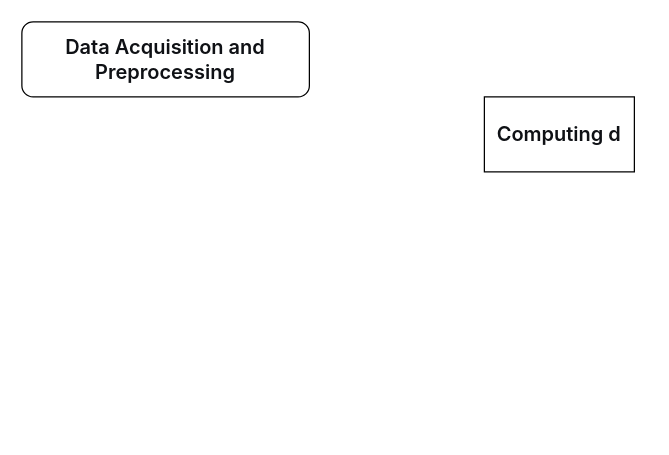
Before: 激励.drawio in funkallll/deeplearning, a draw.io diagram. Source tidied: cells renumbered, new cells numbered last; positions are measured from the earlier drawing's top-left corner, leaving out a move shared by most shapes. Both pictures are drawn from the tidied source at 125%, with x=0, y=0 at pixel (21, 21).
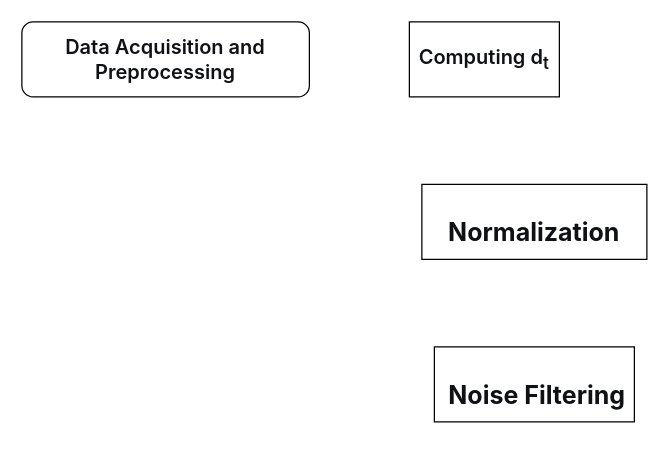
The same page after the edit.

What changed in the source:
```diff
@@
 <mxGraphModel>
   <root>
     <mxCell id="0" />
     <mxCell id="1" parent="0" />
     <mxCell id="2" value="&lt;span style=&quot;font-weight: 600; color: rgb(15, 17, 21); font-family: quote-cjk-patch, Inter, system-ui, -apple-system, BlinkMacSystemFont, &amp;quot;Segoe UI&amp;quot;, Roboto, Oxygen, Ubuntu, Cantarell, &amp;quot;Open Sans&amp;quot;, &amp;quot;Helvetica Neue&amp;quot;, sans-serif; font-size: 16px; text-align: start; background-color: rgb(255, 255, 255);&quot;&gt;Data Acquisition and Preprocessing&lt;/span&gt;" style="rounded=1;whiteSpace=wrap;html=1;" parent="1" vertex="1">
       <mxGeometry width="230" height="60" as="geometry" />
     </mxCell>
-    <mxCell id="3" value="&lt;span style=&quot;font-weight: 600; color: rgb(15, 17, 21); font-family: quote-cjk-patch, Inter, system-ui, -apple-system, BlinkMacSystemFont, &amp;quot;Segoe UI&amp;quot;, Roboto, Oxygen, Ubuntu, Cantarell, &amp;quot;Open Sans&amp;quot;, &amp;quot;Helvetica Neue&amp;quot;, sans-serif; font-size: 16px; text-align: start; background-color: rgb(255, 255, 255);&quot;&gt;Computing d&lt;/span&gt;" style="rounded=0;whiteSpace=wrap;html=1;" parent="1" vertex="1">
-      <mxGeometry x="370" y="60" width="120" height="60" as="geometry" />
+    <mxCell id="3" value="&lt;span style=&quot;font-weight: 600; color: rgb(15, 17, 21); font-family: quote-cjk-patch, Inter, system-ui, -apple-system, BlinkMacSystemFont, &amp;quot;Segoe UI&amp;quot;, Roboto, Oxygen, Ubuntu, Cantarell, &amp;quot;Open Sans&amp;quot;, &amp;quot;Helvetica Neue&amp;quot;, sans-serif; font-size: 16px; text-align: start; background-color: rgb(255, 255, 255);&quot;&gt;Computing d&lt;sub&gt;t&lt;/sub&gt;&lt;/span&gt;" style="rounded=0;whiteSpace=wrap;html=1;" parent="1" vertex="1">
+      <mxGeometry x="310" width="120" height="60" as="geometry" />
     </mxCell>
+    <mxCell id="4" value="&lt;h3 style=&quot;font-variant-numeric: normal; font-variant-east-asian: normal; font-variant-alternates: normal; font-size-adjust: none; font-kerning: auto; font-optical-sizing: auto; font-feature-settings: normal; font-variation-settings: normal; font-variant-position: normal; font-variant-emoji: normal; font-stretch: normal; font-size: 20px; line-height: 30px; font-family: quote-cjk-patch, Inter, system-ui, -apple-system, BlinkMacSystemFont, &amp;quot;Segoe UI&amp;quot;, Roboto, Oxygen, Ubuntu, Cantarell, &amp;quot;Open Sans&amp;quot;, &amp;quot;Helvetica Neue&amp;quot;, sans-serif; margin: 32px 0px 16px; color: rgb(15, 17, 21); text-align: start; background-color: rgb(255, 255, 255);&quot;&gt;Normalization&lt;/h3&gt;" style="rounded=0;whiteSpace=wrap;html=1;" parent="1" vertex="1">
+      <mxGeometry x="320" y="130" width="180" height="60" as="geometry" />
+    </mxCell>
+    <mxCell id="5" value="&lt;h3 style=&quot;font-variant-numeric: normal; font-variant-east-asian: normal; font-variant-alternates: normal; font-size-adjust: none; font-kerning: auto; font-optical-sizing: auto; font-feature-settings: normal; font-variation-settings: normal; font-variant-position: normal; font-variant-emoji: normal; font-stretch: normal; font-size: 20px; line-height: 30px; font-family: quote-cjk-patch, Inter, system-ui, -apple-system, BlinkMacSystemFont, &amp;quot;Segoe UI&amp;quot;, Roboto, Oxygen, Ubuntu, Cantarell, &amp;quot;Open Sans&amp;quot;, &amp;quot;Helvetica Neue&amp;quot;, sans-serif; margin: 32px 0px 16px; color: rgb(15, 17, 21); text-align: start; background-color: rgb(255, 255, 255);&quot;&gt;&amp;nbsp;Noise Filtering&lt;/h3&gt;" style="rounded=0;whiteSpace=wrap;html=1;" parent="1" vertex="1">
+      <mxGeometry x="330" y="260" width="160" height="60" as="geometry" />
+    </mxCell>
   </root>
 </mxGraphModel>
```
